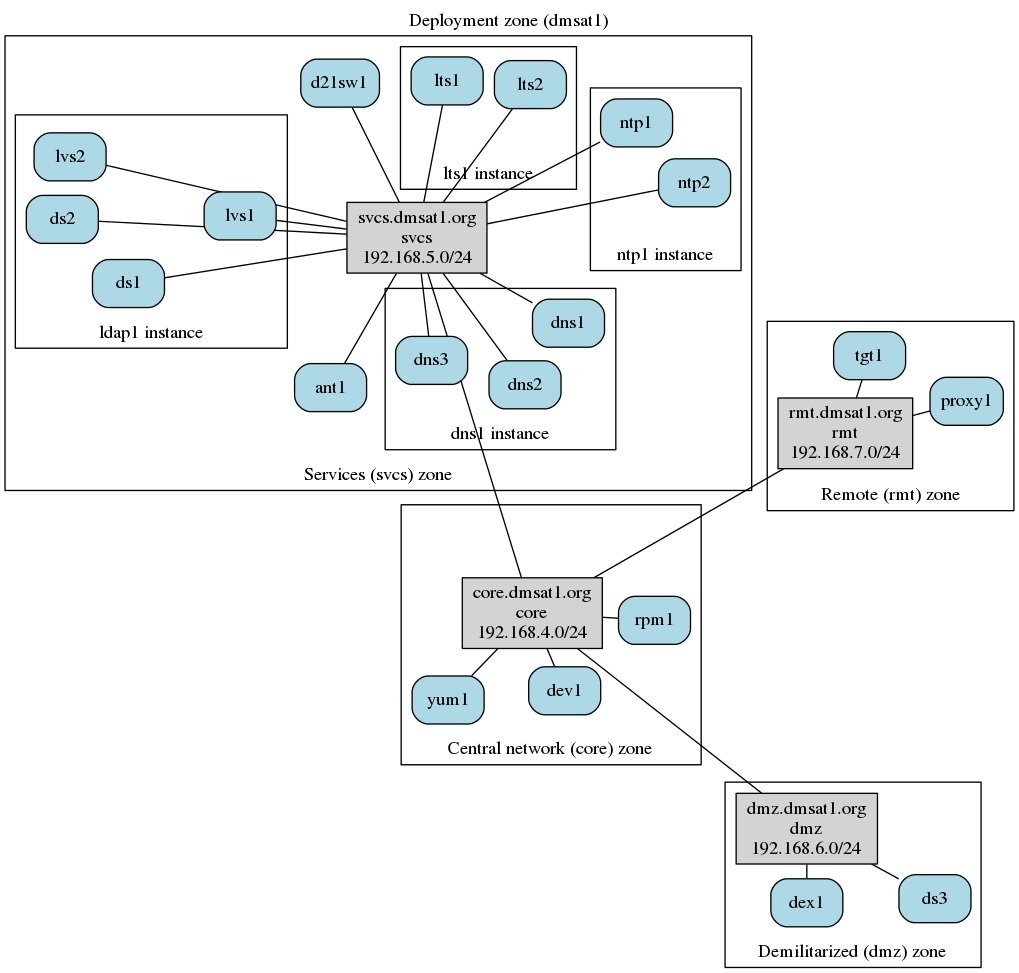
Before: puppet-guide/en-US/images/dnet.png, a diagram exported from Graphviz (epienbroek/msat). Its source is kept beside it as puppet-guide/en-US/images/dnet.dot.
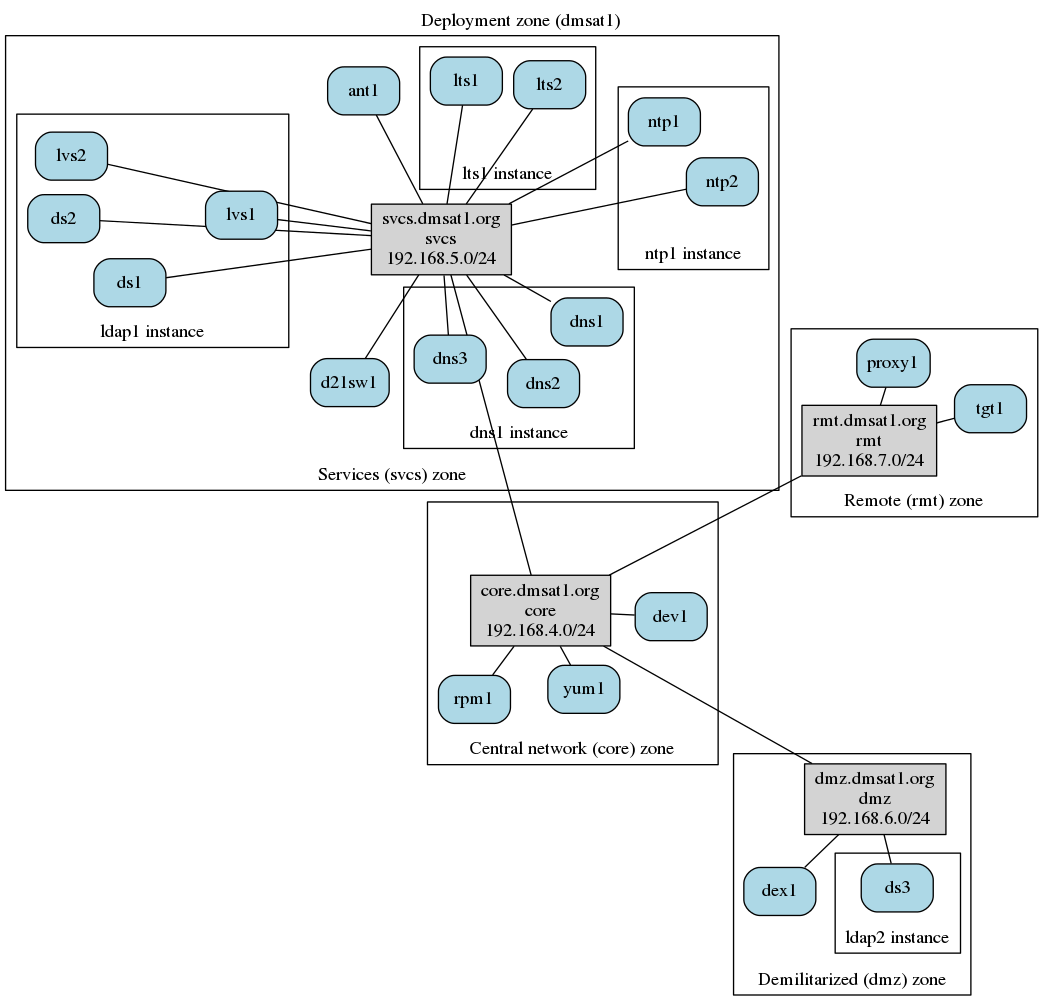
Later version of the same file.

Change to the diagram source:
```diff
@@ -182,11 +182,18 @@
       style     = "filled",
     ];
 
-    ds3 [
-      fillcolor = "lightblue",
-      shape     = "box",
-      style     = "filled,rounded",
-    ];
+    subgraph cluster_ldap2 {
+      fillcolor = "white";
+      label     = "ldap2 instance";
+      labelloc  = "bottom";
+      style     = "filled";
+
+      ds3 [
+	fillcolor = "lightblue",
+	shape     = "box",
+	style     = "filled,rounded",
+      ];
+    }
 
     dex1 [
       fillcolor = "lightblue",
```
